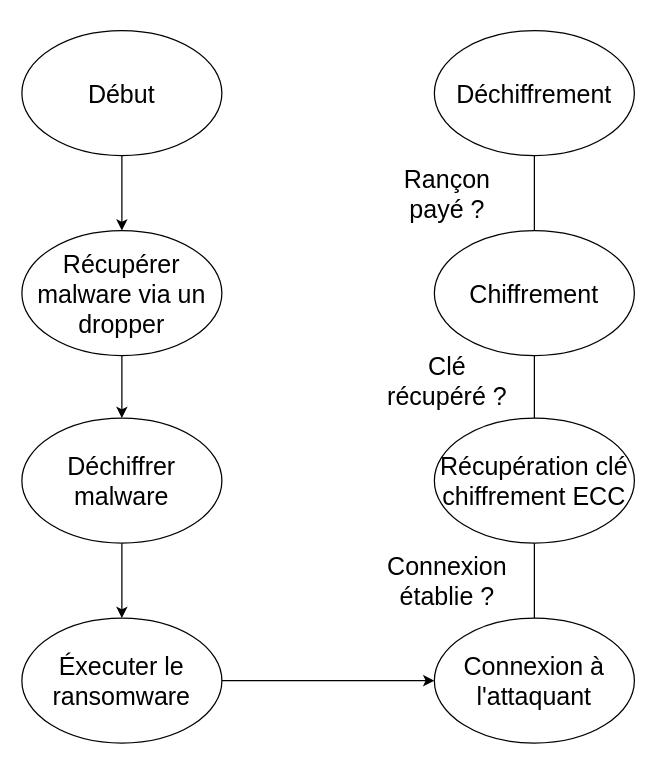
Before: architecture/state_diagram_ransomware.drawio in leJBP/adaptative-ransomware, a draw.io diagram. Source tidied: cells renumbered, new cells numbered last; positions are measured from the earlier drawing's top-left corner, leaving out a move shared by most shapes. Both pictures are drawn from the tidied source at 125%, with x=0, y=0 at pixel (21, 30).
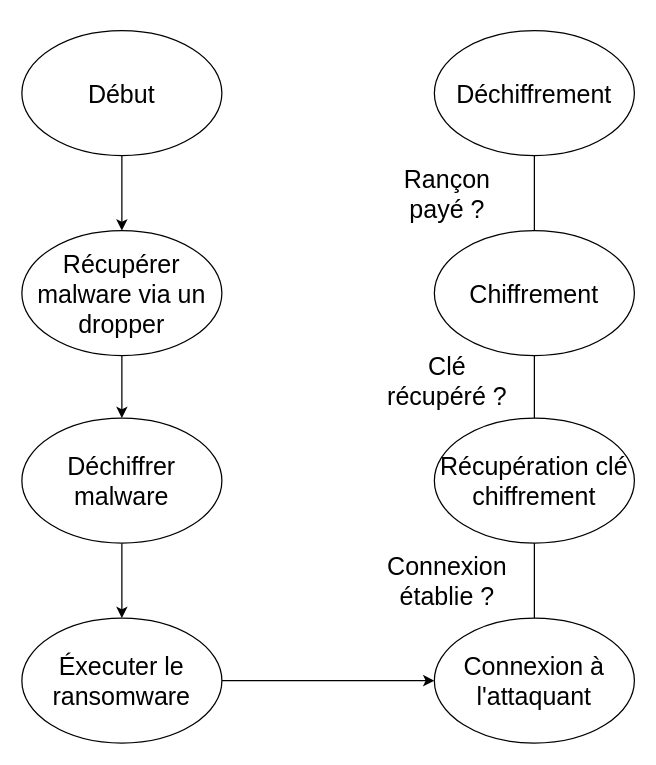
Above is the later version.

What changed in the source:
```diff
@@
 <mxGraphModel>
   <root>
     <mxCell id="0" />
     <mxCell id="1" parent="0" />
     <mxCell id="2" style="edgeStyle=none;html=1;entryX=0.5;entryY=0;entryDx=0;entryDy=0;" parent="1" edge="1" source="3" target="12">
       <mxGeometry relative="1" as="geometry" />
     </mxCell>
     <mxCell id="3" value="&lt;font style=&quot;font-size: 20px;&quot;&gt;Début&lt;/font&gt;" style="ellipse;whiteSpace=wrap;html=1;" parent="1" vertex="1">
       <mxGeometry width="160" height="100" as="geometry" />
     </mxCell>
     <mxCell id="4" value="Connexion&lt;br&gt;établie ?" style="edgeStyle=none;html=1;entryX=0.5;entryY=0;entryDx=0;entryDy=0;fontSize=20;" parent="1" edge="1" source="5" target="7">
       <mxGeometry x="-0.62" y="70" relative="1" as="geometry" />
     </mxCell>
     <mxCell id="5" value="&lt;font style=&quot;font-size: 20px;&quot;&gt;Connexion à&lt;br&gt;l'attaquant&lt;br&gt;&lt;/font&gt;" style="ellipse;whiteSpace=wrap;html=1;" parent="1" vertex="1">
       <mxGeometry x="330" y="470" width="160" height="100" as="geometry" />
     </mxCell>
     <mxCell id="6" value="Clé&lt;br&gt;récupéré ?" style="edgeStyle=none;html=1;entryX=0.5;entryY=0;entryDx=0;entryDy=0;fontSize=20;" parent="1" edge="1" source="7" target="9">
       <mxGeometry x="-0.6" y="70" relative="1" as="geometry" />
     </mxCell>
-    <mxCell id="7" value="&lt;font style=&quot;font-size: 20px;&quot;&gt;Récupération clé&lt;br&gt;chiffrement ECC&lt;br&gt;&lt;/font&gt;" style="ellipse;whiteSpace=wrap;html=1;" parent="1" vertex="1">
+    <mxCell id="7" value="&lt;font style=&quot;font-size: 20px;&quot;&gt;Récupération clé&lt;br&gt;chiffrement&lt;br&gt;&lt;/font&gt;" style="ellipse;whiteSpace=wrap;html=1;" parent="1" vertex="1">
       <mxGeometry x="330" y="310" width="160" height="100" as="geometry" />
     </mxCell>
     <mxCell id="8" value="Rançon&lt;br&gt;payé ?" style="edgeStyle=none;html=1;entryX=0.5;entryY=0;entryDx=0;entryDy=0;fontSize=20;" parent="1" edge="1" source="9" target="10">
       <mxGeometry x="-0.62" y="70" relative="1" as="geometry" />
     </mxCell>
     <mxCell id="9" value="&lt;font style=&quot;font-size: 20px;&quot;&gt;Chiffrement&lt;br&gt;&lt;/font&gt;" style="ellipse;whiteSpace=wrap;html=1;" parent="1" vertex="1">
       <mxGeometry x="330" y="160" width="160" height="100" as="geometry" />
     </mxCell>
     <mxCell id="10" value="&lt;font style=&quot;font-size: 20px;&quot;&gt;Déchiffrement&lt;br&gt;&lt;/font&gt;" style="ellipse;whiteSpace=wrap;html=1;" parent="1" vertex="1">
       <mxGeometry x="330" width="160" height="100" as="geometry" />
     </mxCell>
     <mxCell id="11" style="edgeStyle=none;html=1;entryX=0.5;entryY=0;entryDx=0;entryDy=0;" parent="1" edge="1" source="12" target="14">
       <mxGeometry relative="1" as="geometry" />
     </mxCell>
     <mxCell id="12" value="&lt;font style=&quot;font-size: 20px;&quot;&gt;Récupérer malware via un dropper&lt;/font&gt;" style="ellipse;whiteSpace=wrap;html=1;" parent="1" vertex="1">
       <mxGeometry y="160" width="160" height="100" as="geometry" />
     </mxCell>
     <mxCell id="13" style="edgeStyle=none;html=1;entryX=0.5;entryY=0;entryDx=0;entryDy=0;" parent="1" edge="1" source="14" target="16">
       <mxGeometry relative="1" as="geometry" />
     </mxCell>
     <mxCell id="14" value="&lt;font style=&quot;font-size: 20px;&quot;&gt;Déchiffrer malware&lt;/font&gt;" style="ellipse;whiteSpace=wrap;html=1;" parent="1" vertex="1">
       <mxGeometry y="310" width="160" height="100" as="geometry" />
     </mxCell>
     <mxCell id="15" style="edgeStyle=none;html=1;entryX=0;entryY=0.5;entryDx=0;entryDy=0;" parent="1" edge="1" source="16" target="5">
       <mxGeometry relative="1" as="geometry" />
     </mxCell>
     <mxCell id="16" value="&lt;font style=&quot;font-size: 20px;&quot;&gt;Éxecuter le&lt;br&gt;ransomware&lt;br&gt;&lt;/font&gt;" style="ellipse;whiteSpace=wrap;html=1;" parent="1" vertex="1">
       <mxGeometry y="470" width="160" height="100" as="geometry" />
     </mxCell>
   </root>
 </mxGraphModel>
```
